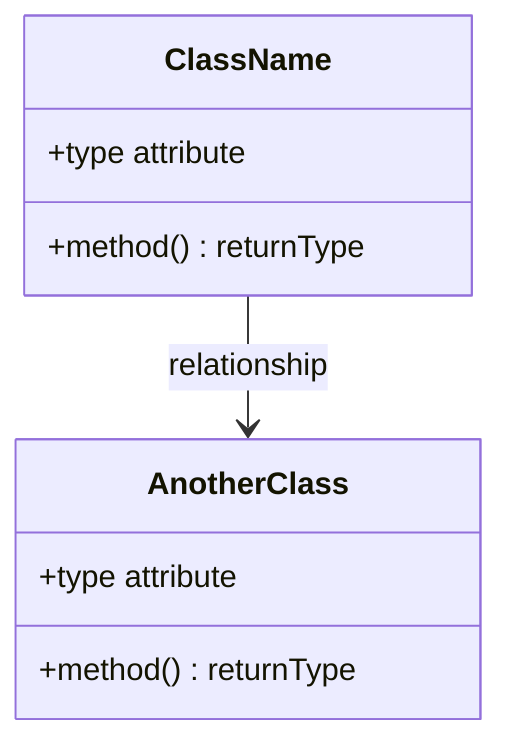
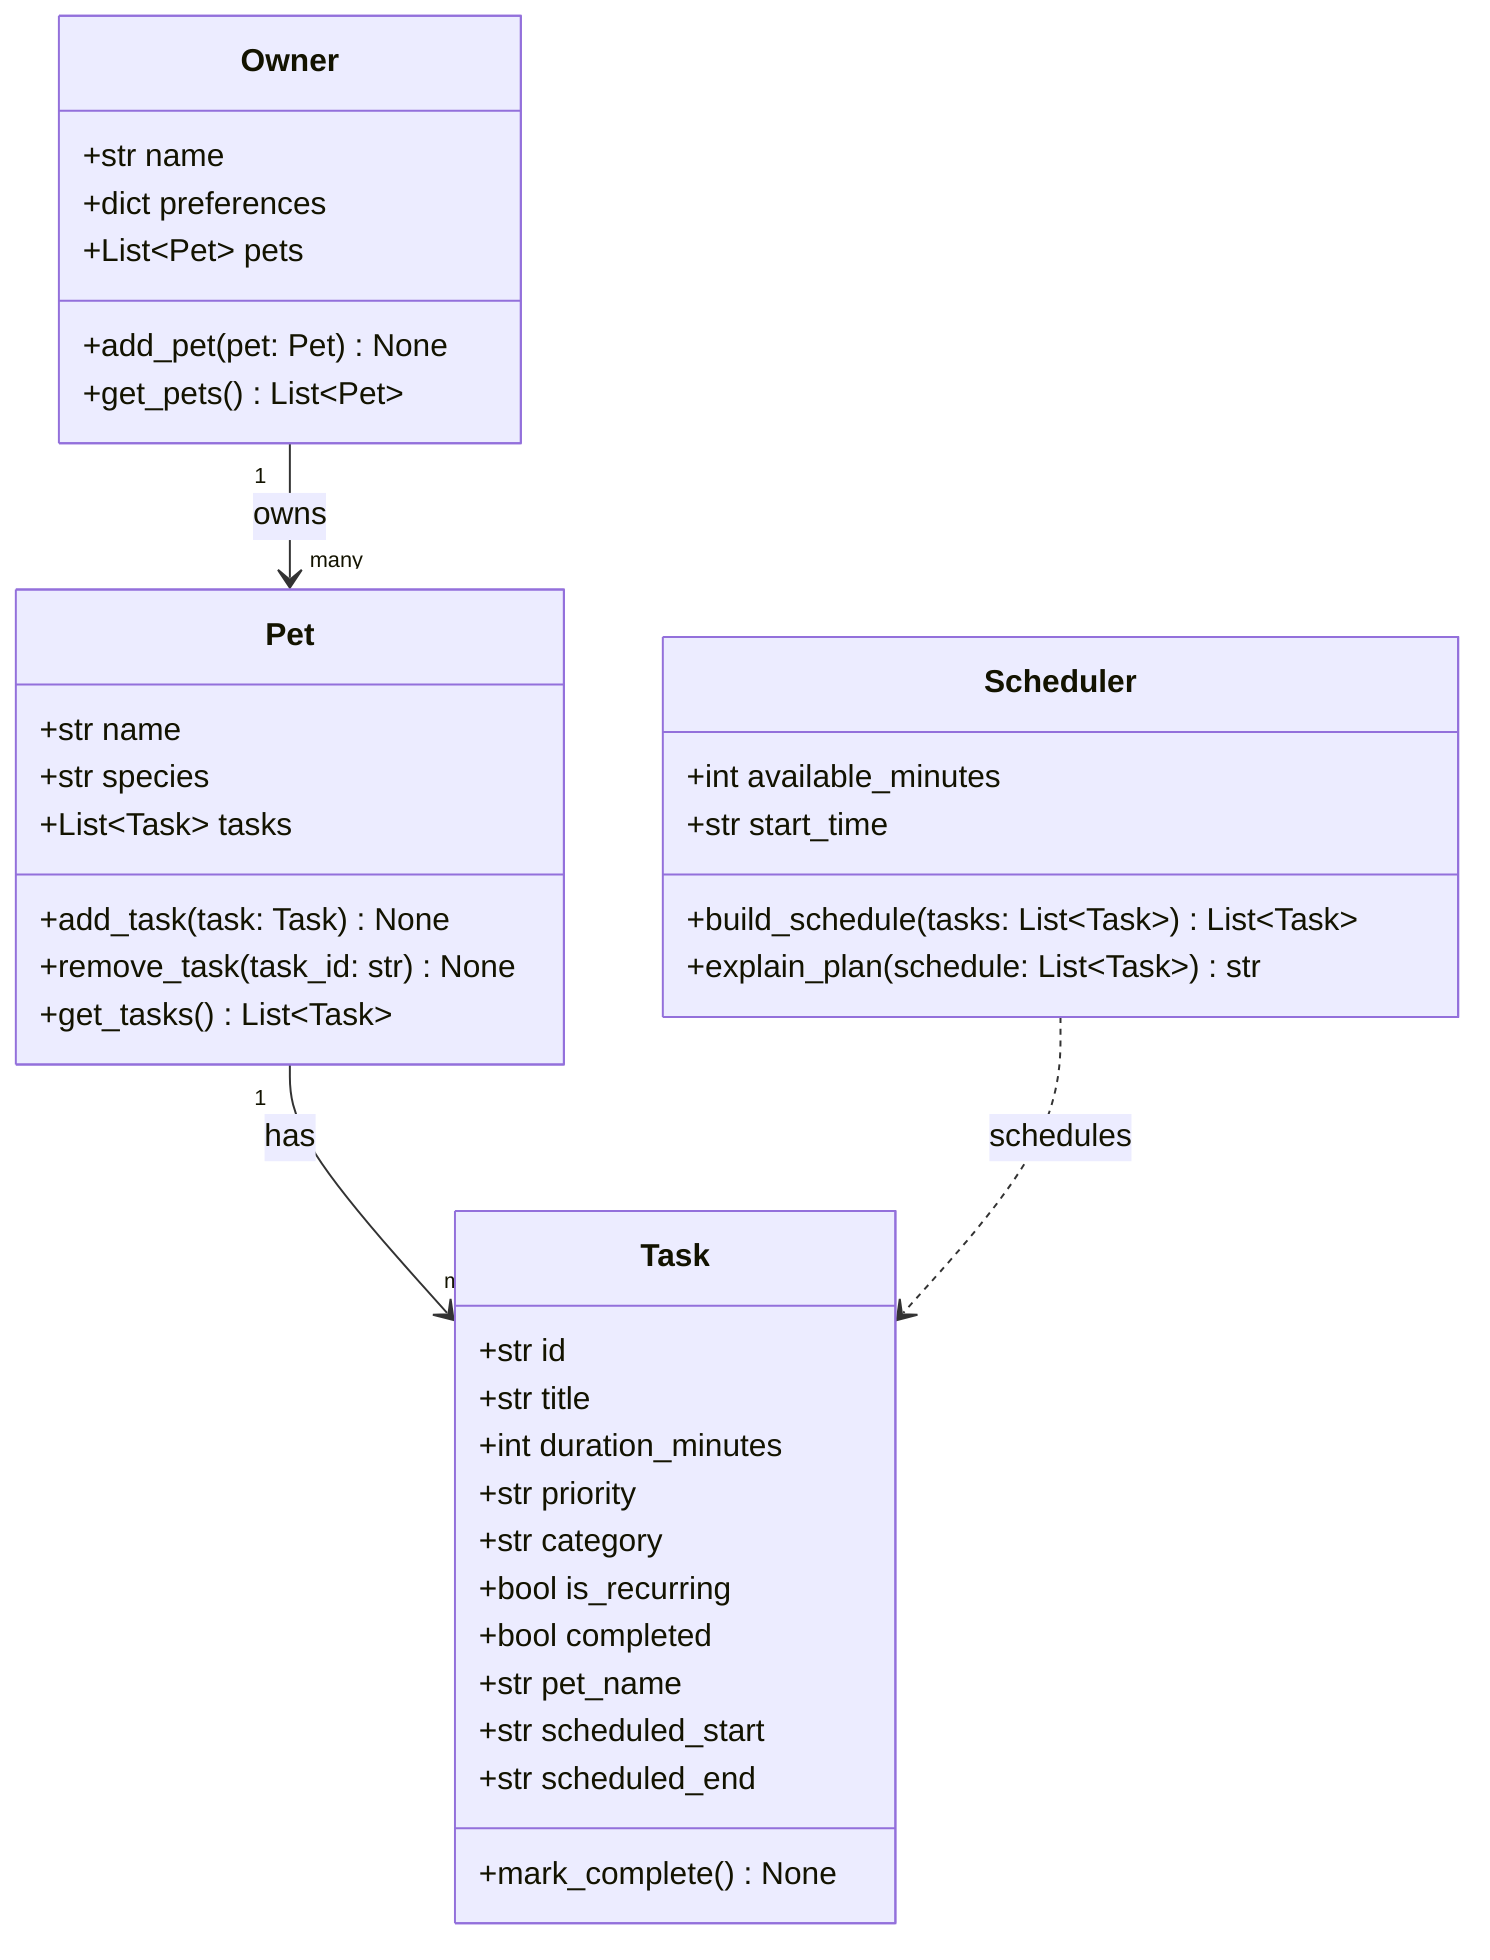
classDiagram
-     %% Replace the placeholders below with your actual classes, attributes, methods, and relationships.
-     %% Keep this file updated so it matches your final implementation.
- 
-     class ClassName {
-         +type attribute
-         +method() returnType
+     class Owner {
+         +str name
+         +dict preferences
+         +List~Pet~ pets
+         +add_pet(pet: Pet) None
+         +get_pets() List~Pet~
    }

-     class AnotherClass {
-         +type attribute
-         +method() returnType
+     class Pet {
+         +str name
+         +str species
+         +List~Task~ tasks
+         +add_task(task: Task) None
+         +remove_task(task_id: str) None
+         +get_tasks() List~Task~
    }

-     ClassName --> AnotherClass : relationship
+     class Task {
+         +str id
+         +str title
+         +int duration_minutes
+         +str priority
+         +str category
+         +bool is_recurring
+         +bool completed
+         +str pet_name
+         +str scheduled_start
+         +str scheduled_end
+         +mark_complete() None
+     }
+ 
+     class Scheduler {
+         +int available_minutes
+         +str start_time
+         +build_schedule(tasks: List~Task~) List~Task~
+         +explain_plan(schedule: List~Task~) str
+     }
+ 
+     Owner "1" --> "many" Pet : owns
+     Pet "1" --> "many" Task : has
+     Scheduler ..> Task : schedules
